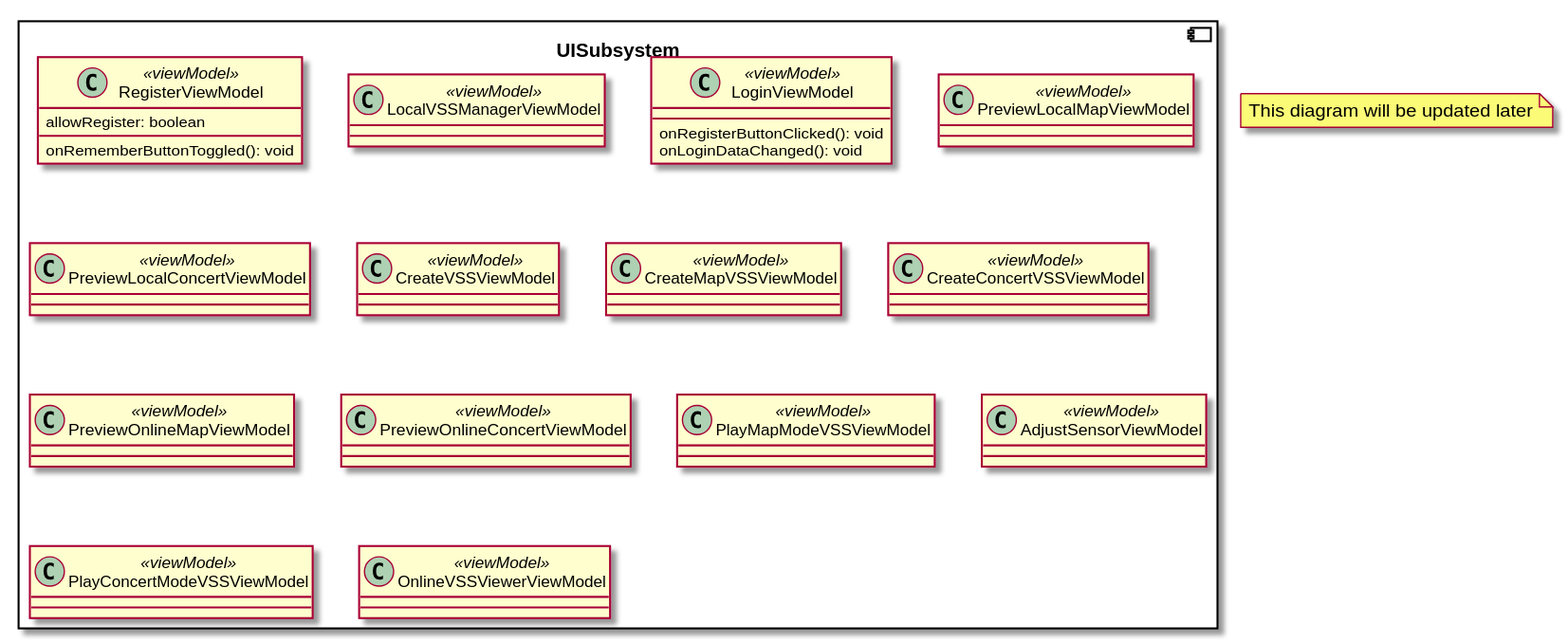
Earlier version of the PlantUML export 设计/Diagrams/UISubsystemClassDiagram.svg (kpp19920121/doc).
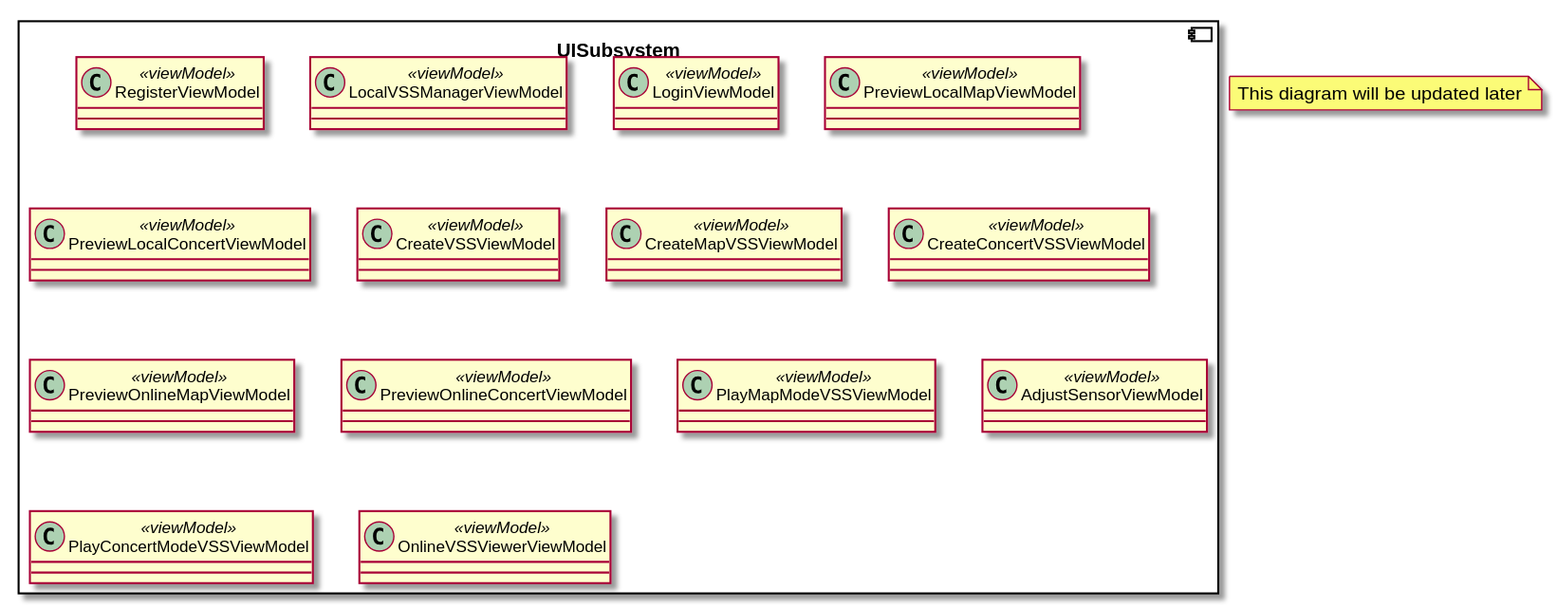
Later version of the same file.

The edit, as a diff of the source:
```diff
@@ -3,17 +3,12 @@
 
 component UISubsystem {
     class RegisterViewModel <<viewModel>> {
-    	allowRegister: boolean
-    	onRememberButtonToggled(): void
-
     }
     class LocalVSSManagerViewModel <<viewModel>> {
 
     }
     class LoginViewModel <<viewModel>> {
 
-    	onRegisterButtonClicked(): void
-    	onLoginDataChanged(): void
     }
     class PreviewLocalMapViewModel <<viewModel>> {
 
```
